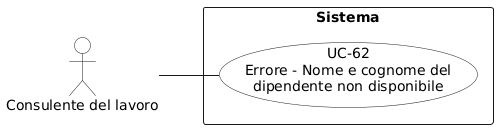
aLittleByte-19/Documentazione keeps this PlantUML diagram as RTB/Analisi dei Requisiti/diagrammi_use_case/UC-62.png. Above is the earlier version. Its diagram source:
```plantuml
@startuml
left to right direction
skinparam packageStyle rectangle
skinparam usecaseBackgroundColor White
skinparam actorBackgroundColor White

actor "Consulente del lavoro" as consulente

rectangle "Sistema" {
  usecase "UC-62\nErrore - Nome e cognome del\ndipendente non disponibile" as uc62
}

consulente -- uc62
@enduml
```
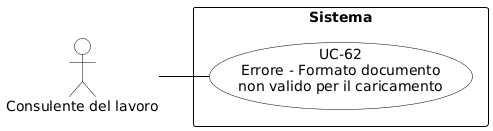
The same diagram one commit later.

The edit, as a diff of the source:
```diff
@@ -1,14 +1,29 @@
 @startuml
+skinparam shadowing false
+skinparam defaultFontName Arial
 left to right direction
-skinparam packageStyle rectangle
-skinparam usecaseBackgroundColor White
-skinparam actorBackgroundColor White
+skinparam nodesep 15
+skinparam ranksep 50
 
-actor "Consulente del lavoro" as consulente
+skinparam usecase {
+    BackgroundColor white
+    BorderColor black
+    ArrowColor black
+}
+skinparam actor {
+    BackgroundColor white
+    BorderColor black
+}
+skinparam rectangle {
+    BorderColor black
+    FontStyle bold
+}
+
+actor "Consulente del lavoro" as cdl
 
 rectangle "Sistema" {
-  usecase "UC-62\nErrore - Nome e cognome del\ndipendente non disponibile" as uc62
+    usecase "UC-62\nErrore - Formato documento\nnon valido per il caricamento" as UC62
 }
 
-consulente -- uc62
+cdl -- UC62
 @enduml
```
